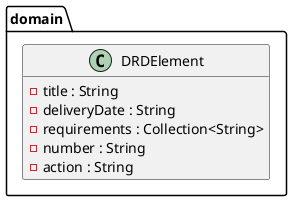
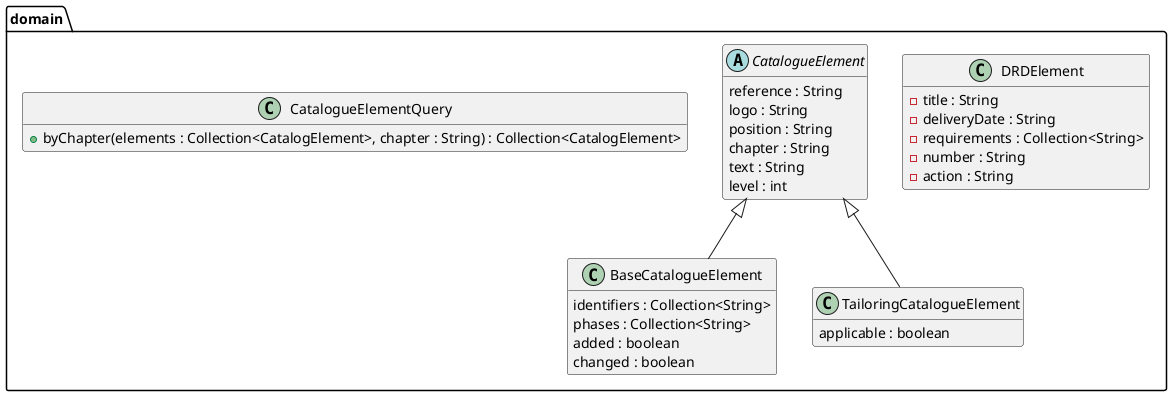
@startuml Ebene3.png
hide empty members

package domain {

    class DRDElement {
        -title : String
        -deliveryDate : String
        -requirements : Collection<String>
        -number : String
        -action : String
    }

+     abstract class CatalogueElement {
+         reference : String
+         logo : String
+         position : String
+         chapter : String
+         text : String
+         level : int
+     }
+ 
+     class BaseCatalogueElement {
+         identifiers : Collection<String>
+         phases : Collection<String>
+         added : boolean
+         changed : boolean
+ 
+     }
+     CatalogueElement <|-- BaseCatalogueElement
+ 
+     class TailoringCatalogueElement {
+         applicable : boolean
+     }
+     CatalogueElement <|-- TailoringCatalogueElement
+ 
+     class CatalogueElementQuery {
+         +byChapter(elements : Collection<CatalogElement>, chapter : String) : Collection<CatalogElement>
+     }
}
@enduml
